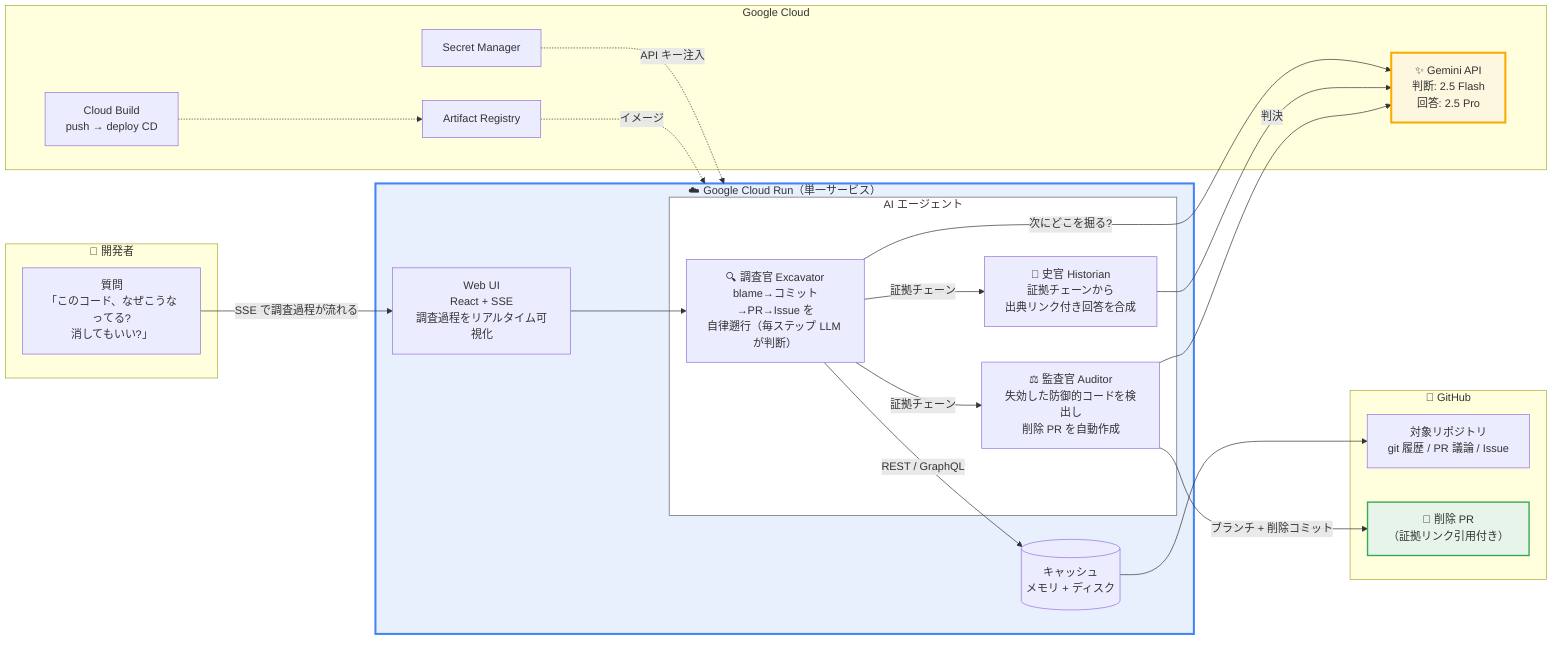
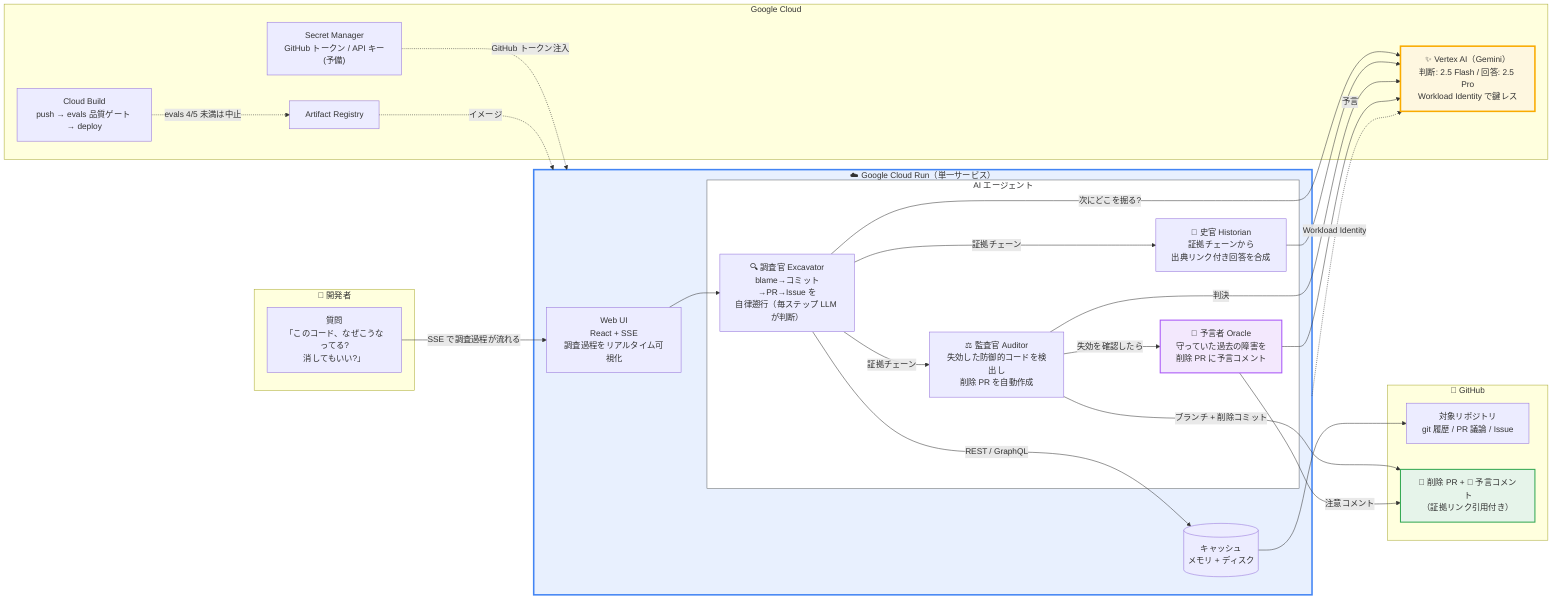
flowchart LR
    subgraph user["👤 開発者"]
        Q["質問<br/>「このコード、なぜこうなってる?<br/>消してもいい?」"]
    end

    subgraph cloudrun["☁️ Google Cloud Run（単一サービス）"]
        UI["Web UI<br/>React + SSE<br/>調査過程をリアルタイム可視化"]
        subgraph agents["AI エージェント"]
            EX["🔍 調査官 Excavator<br/>blame→コミット→PR→Issue を<br/>自律遡行（毎ステップ LLM が判断）"]
            HI["📜 史官 Historian<br/>証拠チェーンから<br/>出典リンク付き回答を合成"]
            AU["⚖️ 監査官 Auditor<br/>失効した防御的コードを検出し<br/>削除 PR を自動作成"]
+             OR["🔮 予言者 Oracle<br/>守っていた過去の障害を<br/>削除 PR に予言コメント"]
        end
        CACHE[("キャッシュ<br/>メモリ + ディスク")]
    end

    subgraph gcp["Google Cloud"]
-         GEMINI["✨ Gemini API<br/>判断: 2.5 Flash<br/>回答: 2.5 Pro"]
-         SM["Secret Manager"]
-         CB["Cloud Build<br/>push → deploy CD"]
+         VERTEX["✨ Vertex AI（Gemini）<br/>判断: 2.5 Flash / 回答: 2.5 Pro<br/>Workload Identity で鍵レス"]
+         SM["Secret Manager<br/>GitHub トークン / API キー(予備)"]
+         CB["Cloud Build<br/>push → evals 品質ゲート → deploy"]
        AR["Artifact Registry"]
    end

    subgraph github["🐙 GitHub"]
        REPO["対象リポジトリ<br/>git 履歴 / PR 議論 / Issue"]
-         PR["🎉 削除 PR<br/>（証拠リンク引用付き）"]
+         PR["🎉 削除 PR + 🔮 予言コメント<br/>（証拠リンク引用付き）"]
    end

    Q -->|SSE で調査過程が流れる| UI
    UI --> EX
-     EX -->|"次にどこを掘る?"| GEMINI
+     EX -->|"次にどこを掘る?"| VERTEX
    EX -->|REST / GraphQL| CACHE
    CACHE --> REPO
    EX -->|証拠チェーン| HI
-     HI --> GEMINI
+     HI --> VERTEX
    EX -->|証拠チェーン| AU
-     AU -->|判決| GEMINI
+     AU -->|判決| VERTEX
    AU -->|ブランチ + 削除コミット| PR
-     SM -.->|API キー注入| cloudrun
-     CB -.-> AR -.->|イメージ| cloudrun
+     AU -->|失効を確認したら| OR
+     OR -->|予言| VERTEX
+     OR -->|注意コメント| PR
+     SM -.->|GitHub トークン注入| cloudrun
+     cloudrun -.->|Workload Identity| VERTEX
+     CB -.->|evals 4/5 未満は中止| AR -.->|イメージ| cloudrun

    style cloudrun fill:#e8f0fe,stroke:#4285f4,stroke-width:3px
-     style GEMINI fill:#fef7e0,stroke:#f9ab00,stroke-width:3px
+     style VERTEX fill:#fef7e0,stroke:#f9ab00,stroke-width:3px
    style agents fill:#ffffff,stroke:#5f6368
+     style OR fill:#f3e8fd,stroke:#a855f7,stroke-width:2px
    style PR fill:#e6f4ea,stroke:#34a853,stroke-width:2px
